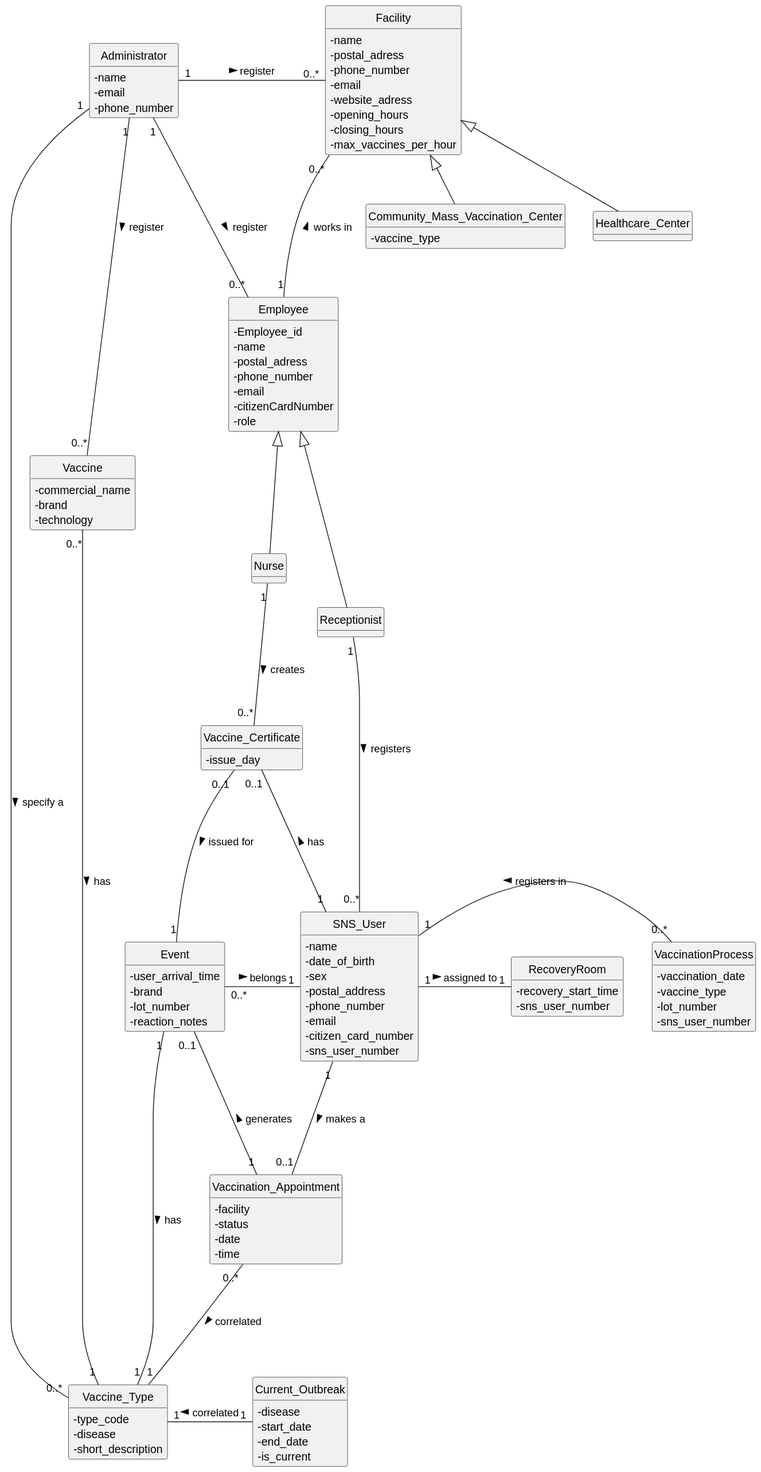
This is docs/system-documentation/global-artifacts/svg/DM.svg from Parafita123/leti-esoft-25-26-B1, a PlantUML export, as it was before one commit.
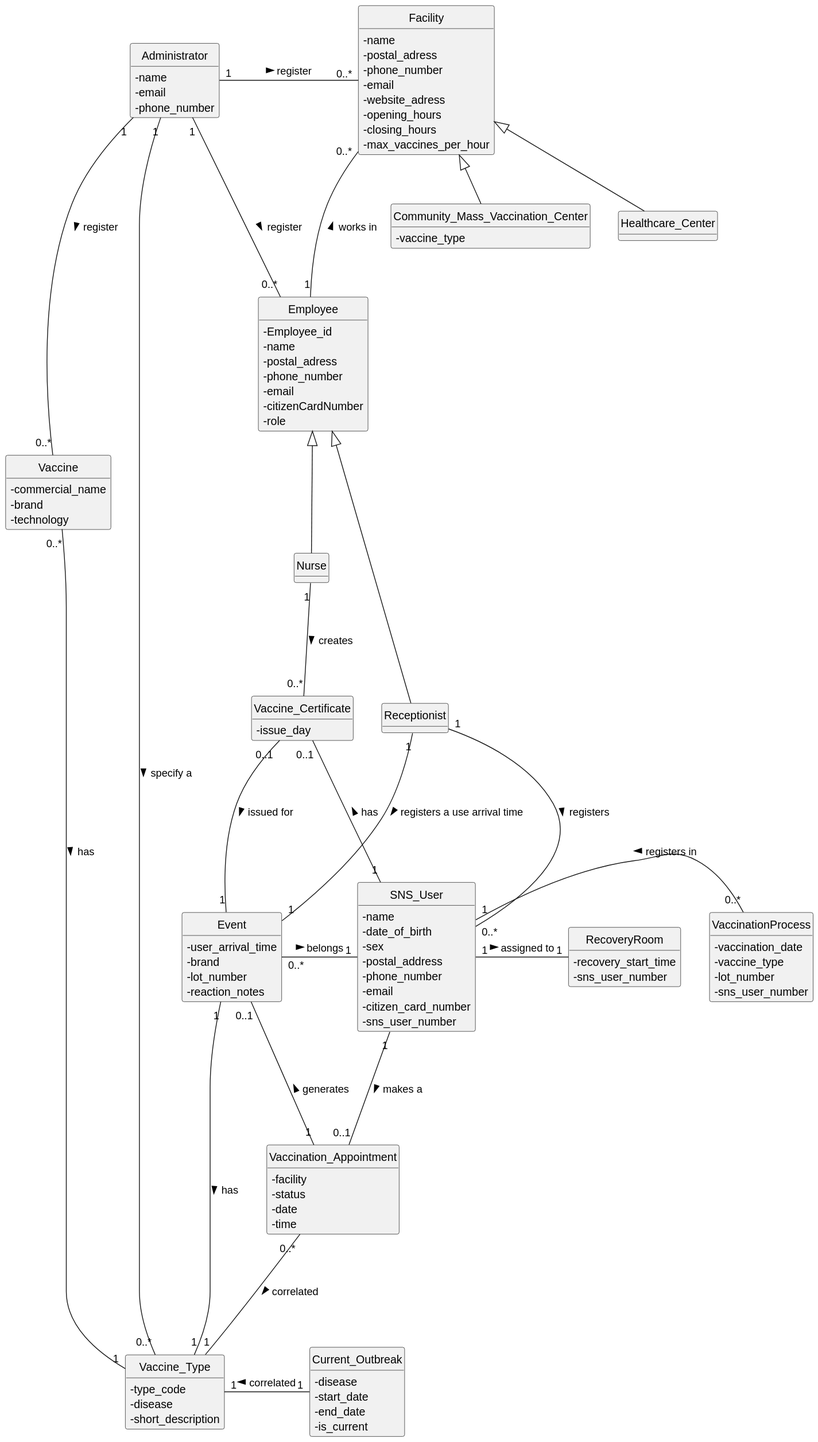
After the change.

Diff of the diagram source:
```diff
@@ -131,6 +131,8 @@
 
 Vaccine_Certificate "0..1" -down-- "1" Event: issued for >
 
+Receptionist "1" -down-- "1" Event: registers a use arrival time >
+
 Vaccination_Appointment "0..*" -down-- "1" Vaccine_Type: correlated >
 
 Vaccination_Appointment "1" -up-- "0..1" Event: generates >
```
